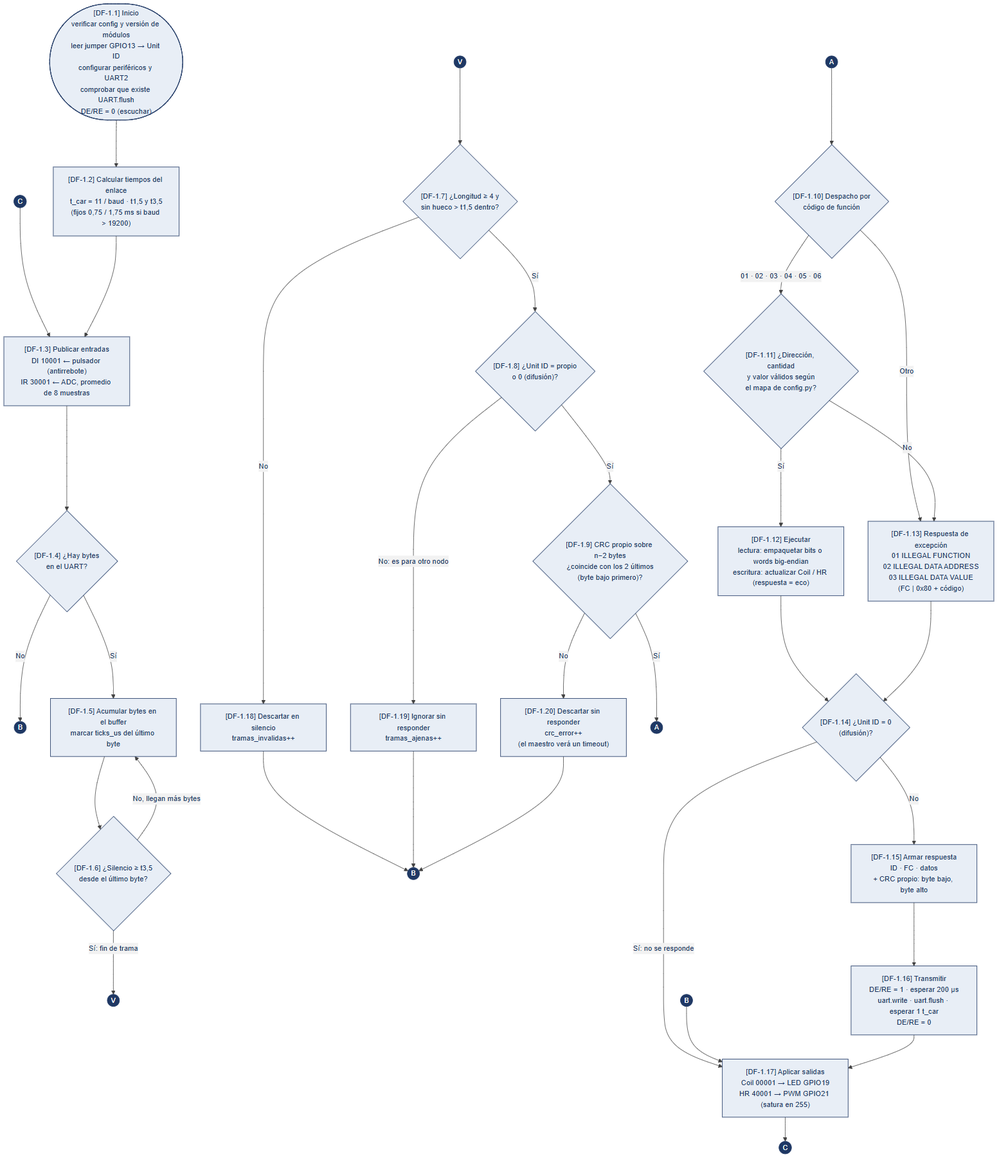
This is tarea-3/docs/diagramas/flujo-esclavo.png from bevilacquafrancisco/protocolos-comunicaciones-industriales, a Mermaid export, as it was before one commit. Its source is kept beside it as tarea-3/docs/diagramas/flujo-esclavo.mmd. The source it was exported from:
```mermaid
flowchart TD
    A(["[DF-1.1] Inicio<br/>verificar config y versión de módulos<br/>leer jumper GPIO13 → Unit ID<br/>configurar periféricos y UART2<br/>comprobar que existe UART.flush<br/>DE/RE = 0 (escuchar)"])
    A --> B["[DF-1.2] Calcular tiempos del enlace<br/>t_car = 11 / baud · t1,5 y t3,5<br/>(fijos 0,75 / 1,75 ms si baud > 19200)"]
    CC((C)) --> C
    B --> C["[DF-1.3] Publicar entradas<br/>DI 10001 ← pulsador (antirrebote)<br/>IR 30001 ← ADC, promedio de 8 muestras"]
    C --> D{"[DF-1.4] ¿Hay bytes<br/>en el UART?"}
    D -- No --> B1((B))
    D -- Sí --> E["[DF-1.5] Acumular bytes en el buffer<br/>marcar ticks_us del último byte"]
    E --> F{"[DF-1.6] ¿Silencio ≥ t3,5<br/>desde el último byte?"}
    F -- "No, llegan más bytes" --> E
    F -- "Sí: fin de trama" --> V1((V))

    V2((V)) --> G{"[DF-1.7] ¿Longitud ≥ 4 y<br/>sin hueco > t1,5 dentro?"}
    G -- No --> X["[DF-1.18] Descartar en silencio<br/>tramas_invalidas++"]
    G -- Sí --> H{"[DF-1.8] ¿Unit ID = propio<br/>o 0 (difusión)?"}
    H -- "No: es para otro nodo" --> X2["[DF-1.19] Ignorar sin responder<br/>tramas_ajenas++"]
    H -- Sí --> I{"[DF-1.9] CRC propio sobre n−2 bytes<br/>¿coincide con los 2 últimos<br/>(byte bajo primero)?"}
    I -- No --> X3["[DF-1.20] Descartar sin responder<br/>crc_error++<br/>(el maestro verá un timeout)"]
    I -- Sí --> A1((A))
    X --> B2((B))
    X2 --> B2
    X3 --> B2

    A2((A)) --> J{"[DF-1.10] Despacho por<br/>código de función"}
    J -- "01 · 02 · 03 · 04 · 05 · 06" --> K{"[DF-1.11] ¿Dirección, cantidad<br/>y valor válidos según<br/>el mapa de config.py?"}
    J -- "Otro" --> EX["[DF-1.13] Respuesta de excepción<br/>01 ILLEGAL FUNCTION<br/>02 ILLEGAL DATA ADDRESS<br/>03 ILLEGAL DATA VALUE<br/>(FC | 0x80 + código)"]
    K -- "No" --> EX
    K -- "Sí" --> L["[DF-1.12] Ejecutar<br/>lectura: empaquetar bits o words big-endian<br/>escritura: actualizar Coil / HR (respuesta = eco)"]
    L --> Q{"[DF-1.14] ¿Unit ID = 0<br/>(difusión)?"}
    EX --> Q
    Q -- No --> M["[DF-1.15] Armar respuesta<br/>ID · FC · datos<br/>+ CRC propio: byte bajo, byte alto"]
    M --> N["[DF-1.16] Transmitir<br/>DE/RE = 1 · esperar 200 µs<br/>uart.write · uart.flush · esperar 1 t_car<br/>DE/RE = 0"]
    Q -- "Sí: no se responde" --> P
    B3((B)) --> P
    N --> P["[DF-1.17] Aplicar salidas<br/>Coil 00001 → LED GPIO19<br/>HR 40001 → PWM GPIO21 (satura en 255)"]
    P --> C2((C))

    classDef conector fill:#1f3864,stroke:#1f3864,color:#ffffff
    class A1,A2,B1,B2,B3,CC,C2,V1,V2 conector
```
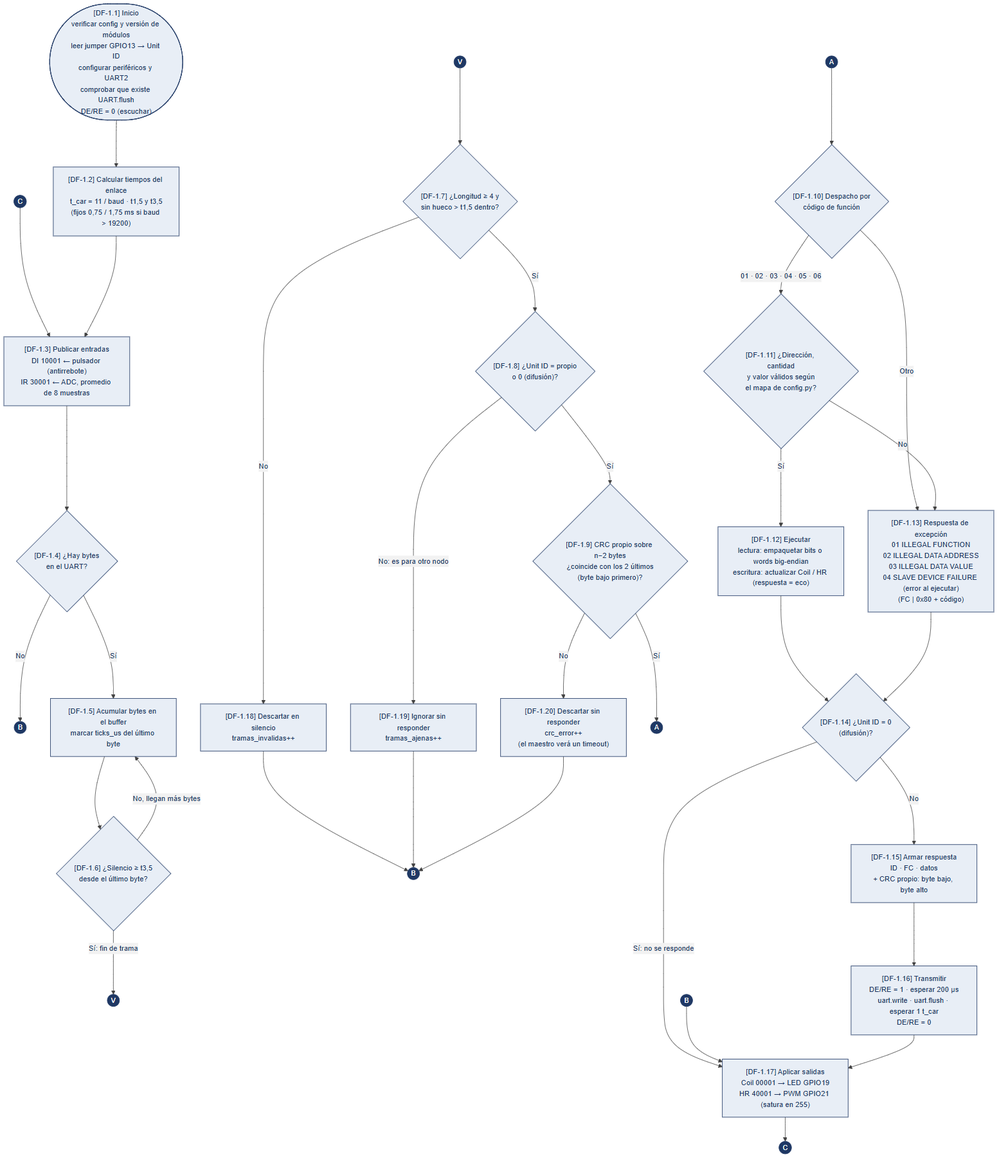
After the commit.

Commit message:
docs(tarea3): documentar el firmware del esclavo y actualizar diagrama, diccionario y matriz

The edit, as a diff of the source:
```diff
@@ -23,7 +23,7 @@
 
     A2((A)) --> J{"[DF-1.10] Despacho por<br/>código de función"}
     J -- "01 · 02 · 03 · 04 · 05 · 06" --> K{"[DF-1.11] ¿Dirección, cantidad<br/>y valor válidos según<br/>el mapa de config.py?"}
-    J -- "Otro" --> EX["[DF-1.13] Respuesta de excepción<br/>01 ILLEGAL FUNCTION<br/>02 ILLEGAL DATA ADDRESS<br/>03 ILLEGAL DATA VALUE<br/>(FC | 0x80 + código)"]
+    J -- "Otro" --> EX["[DF-1.13] Respuesta de excepción<br/>01 ILLEGAL FUNCTION<br/>02 ILLEGAL DATA ADDRESS<br/>03 ILLEGAL DATA VALUE<br/>04 SLAVE DEVICE FAILURE (error al ejecutar)<br/>(FC | 0x80 + código)"]
     K -- "No" --> EX
     K -- "Sí" --> L["[DF-1.12] Ejecutar<br/>lectura: empaquetar bits o words big-endian<br/>escritura: actualizar Coil / HR (respuesta = eco)"]
     L --> Q{"[DF-1.14] ¿Unit ID = 0<br/>(difusión)?"}
```
